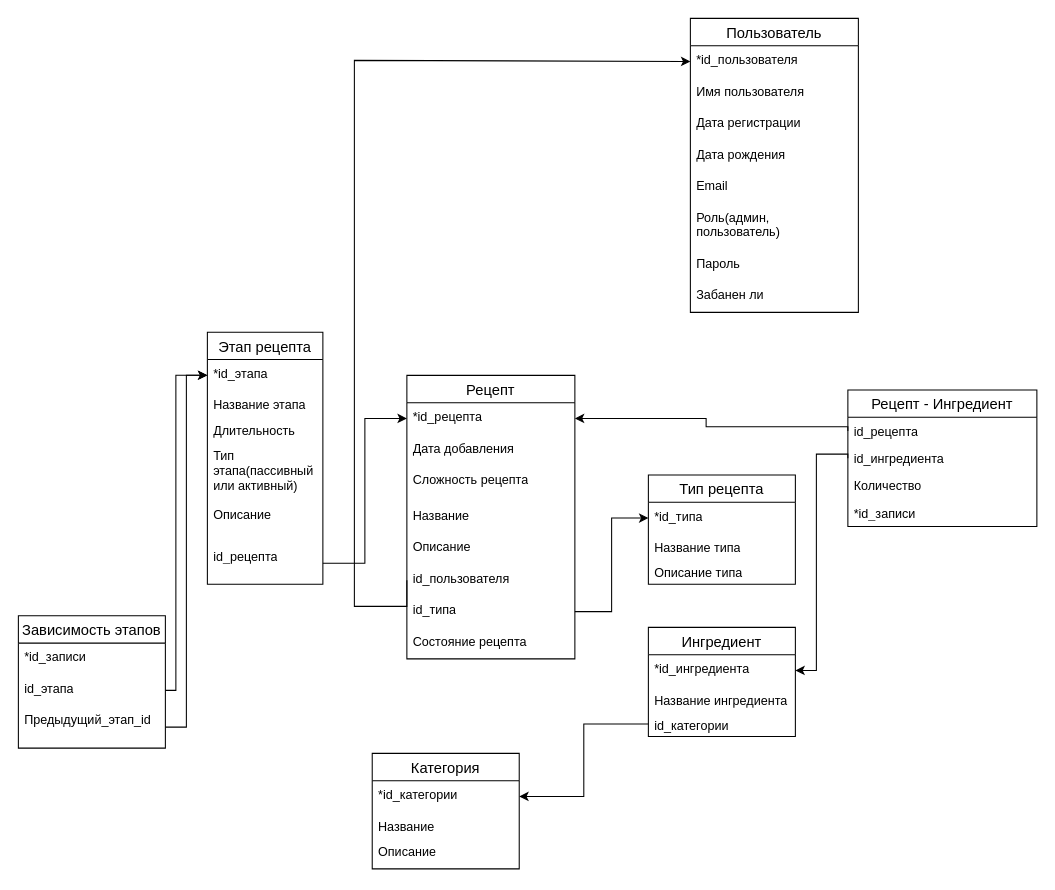
The draw.io diagram doc/relational.drawio in pestlain34/A_Graph-Based_System_for_Intelligent_Culinary_Process_Sequencing, before the edit. Source tidied: cells renumbered, new cells numbered last; positions are measured from the earlier drawing's top-left corner, leaving out a move shared by most shapes. Both pictures are drawn from the tidied source at 105%, with x=0, y=0 at pixel (18, 18).
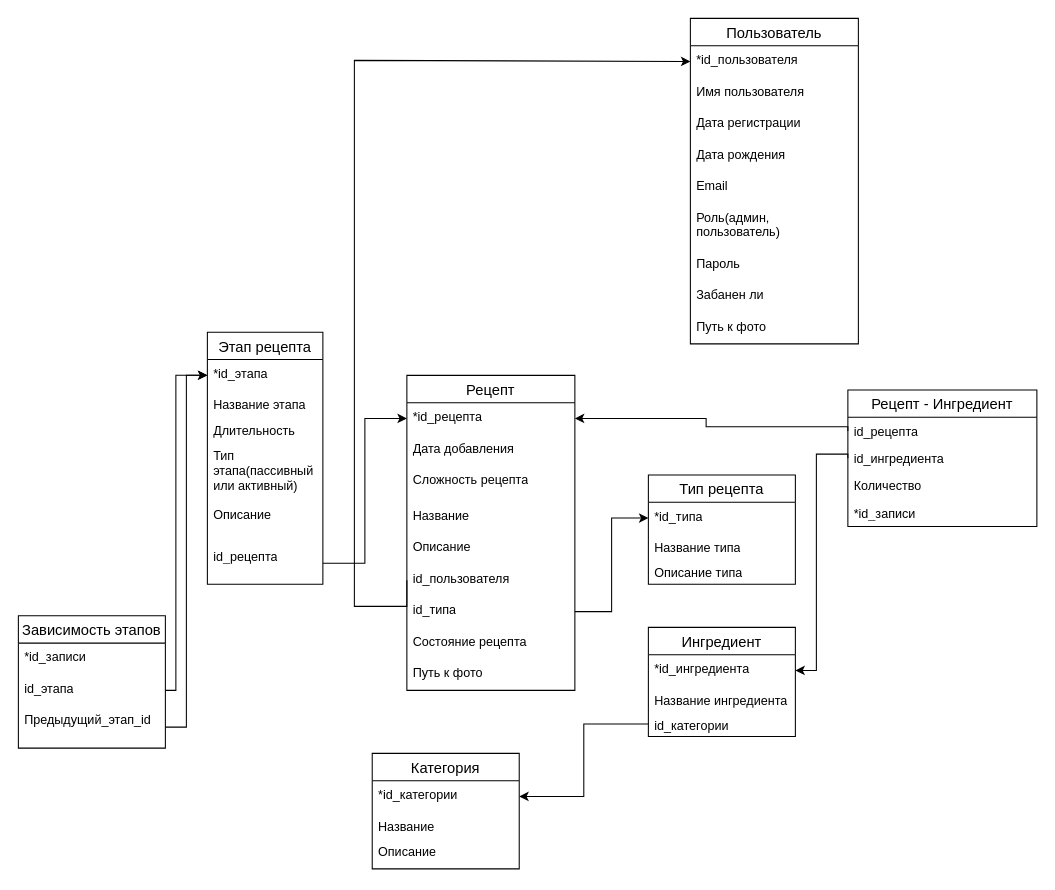
The same diagram, later.

The edit, as a diff of the source:
```diff
@@
     <mxCell id="2" value="Пользователь" style="swimlane;fontStyle=0;horizontal=1;startSize=26;align=center;fontSize=14;" parent="1" vertex="1">
-      <mxGeometry x="640" width="160" height="280" as="geometry" />
+      <mxGeometry x="640" width="160" height="310" as="geometry" />
     </mxCell>
@@
+    <mxCell id="56" value="Путь к фото" style="text;strokeColor=none;fillColor=none;spacingLeft=4;spacingRight=4;overflow=hidden;fontSize=12;whiteSpace=wrap;html=1;" parent="2" vertex="1">
+      <mxGeometry y="280" width="160" height="30" as="geometry" />
+    </mxCell>
     <mxCell id="11" value="Рецепт" style="swimlane;fontStyle=0;horizontal=1;startSize=26;align=center;fontSize=14;" parent="1" vertex="1">
-      <mxGeometry x="370" y="340" width="160" height="270" as="geometry" />
+      <mxGeometry x="370" y="340" width="160" height="300" as="geometry" />
     </mxCell>
@@
+    <mxCell id="57" value="Путь к фото" style="text;strokeColor=none;fillColor=none;spacingLeft=4;spacingRight=4;overflow=hidden;fontSize=12;whiteSpace=wrap;html=1;" parent="11" vertex="1">
+      <mxGeometry y="270" width="160" height="30" as="geometry" />
+    </mxCell>
```
